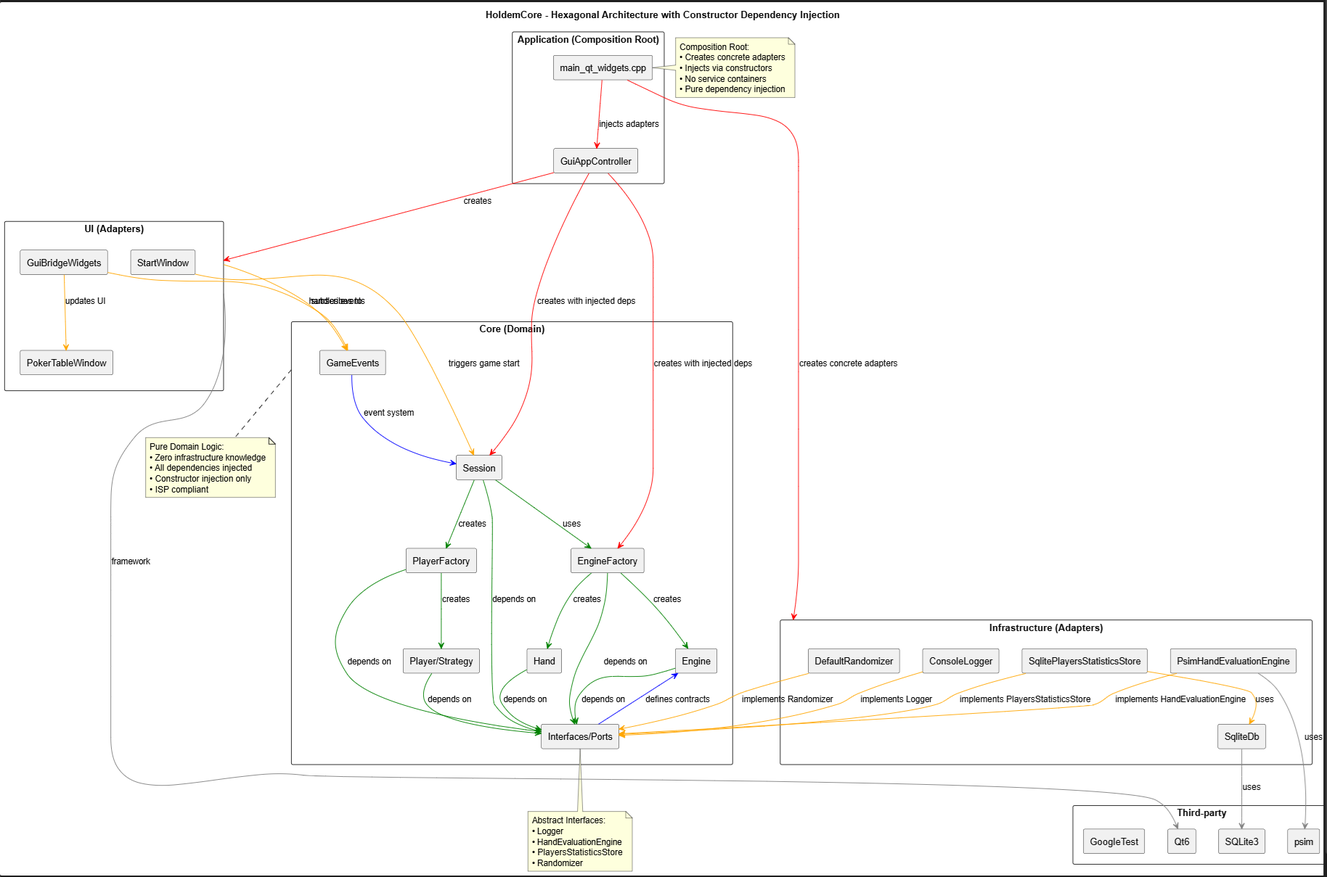
Marcennaji/HoldemCore keeps this PlantUML diagram as doc/architecture.png. Above is the earlier version. Its source is kept beside it as doc/architecture.puml.
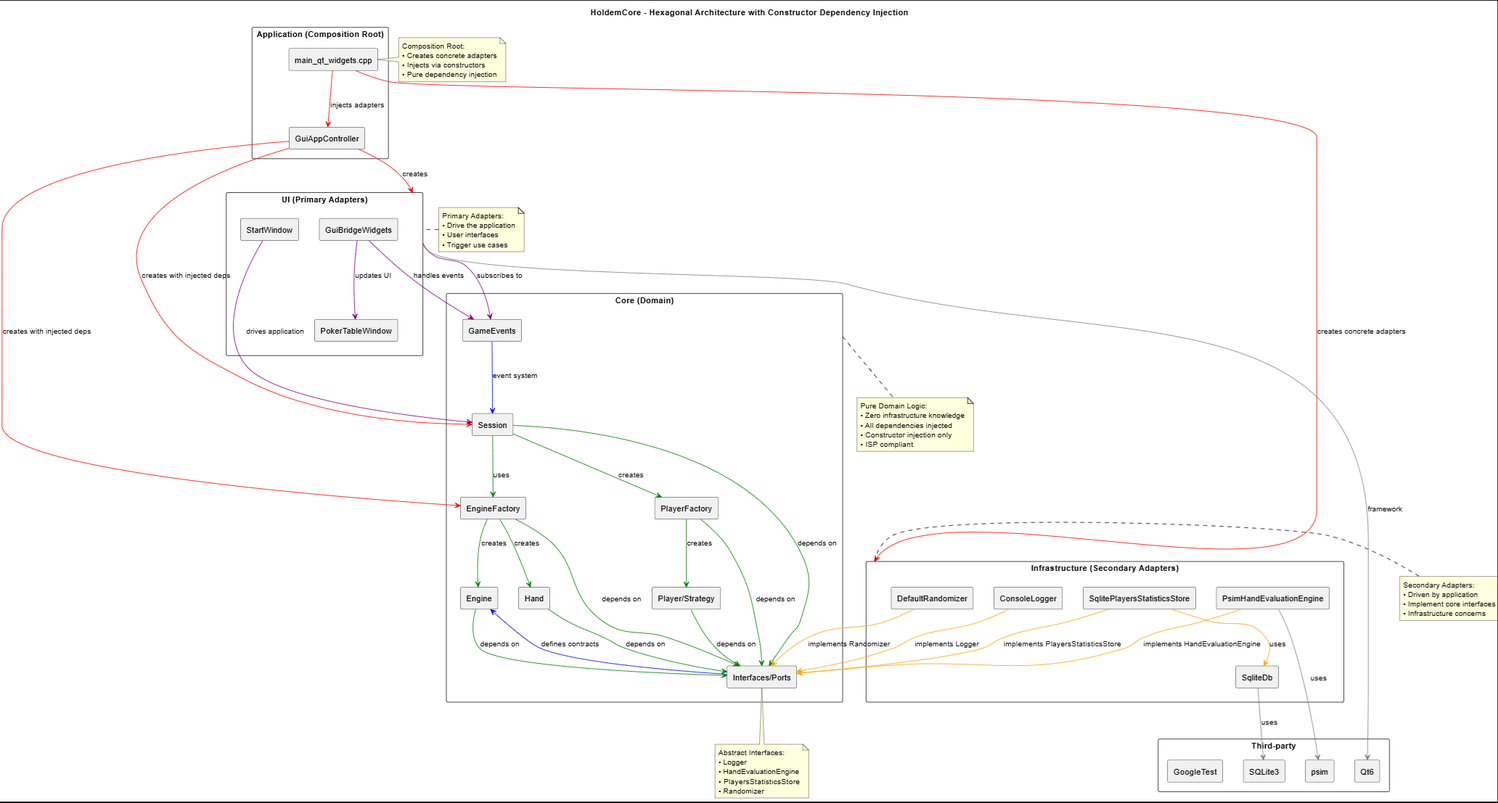
Above is the later version.

What changed in the source:
```diff
@@ -21,7 +21,7 @@
   [GuiAppController] as GuiController
 }
 
-package "Infrastructure (Adapters)" as Infra {
+package "Infrastructure (Secondary Adapters)" as Infra {
   [ConsoleLogger] as ConsoleLogger
   [SqlitePlayersStatisticsStore] as SqliteStore
   [PsimHandEvaluationEngine] as PsimEngine
@@ -29,7 +29,7 @@
   [SqliteDb] as SqliteDb
 }
 
-package "UI (Adapters)" as UI {
+package "UI (Primary Adapters)" as UI {
   [StartWindow] as StartWindow
   [PokerTableWindow] as TableWindow
   [GuiBridgeWidgets] as Bridge
@@ -68,17 +68,19 @@
 DefaultRandomizer -[#orange]-> Ports : implements Randomizer
 SqliteStore -[#orange]-> SqliteDb : uses
 
-UI -[#orange]-> GameEvents : subscribes to
-StartWindow -[#orange]-> Session : triggers game start
-Bridge -[#orange]-> GameEvents : handles events
-Bridge -[#orange]-> TableWindow : updates UI
+UI -[#purple]-> GameEvents : subscribes to
+StartWindow -[#purple]-> Session : drives application
+Bridge -[#purple]-> GameEvents : handles events
+Bridge -[#purple]-> TableWindow : updates UI
 
 SqliteDb -[#gray]-> SQLite3 : uses
 PsimEngine -[#gray]-> psim : uses
 UI -[#gray]-> Qt6 : framework
 
-note right of Main : Composition Root:\n• Creates concrete adapters\n• Injects via constructors\n• No service containers\n• Pure dependency injection
+note right of Main : Composition Root:\n• Creates concrete adapters\n• Injects via constructors\n• Pure dependency injection
 note bottom of Ports : Abstract Interfaces:\n• Logger\n• HandEvaluationEngine\n• PlayersStatisticsStore\n• Randomizer
 note bottom of Core : Pure Domain Logic:\n• Zero infrastructure knowledge\n• All dependencies injected\n• Constructor injection only\n• ISP compliant
+note left of UI : Primary Adapters:\n• Drive the application\n• User interfaces\n• Trigger use cases
+note right of Infra : Secondary Adapters:\n• Driven by application\n• Implement core interfaces\n• Infrastructure concerns
 
 @enduml
```
